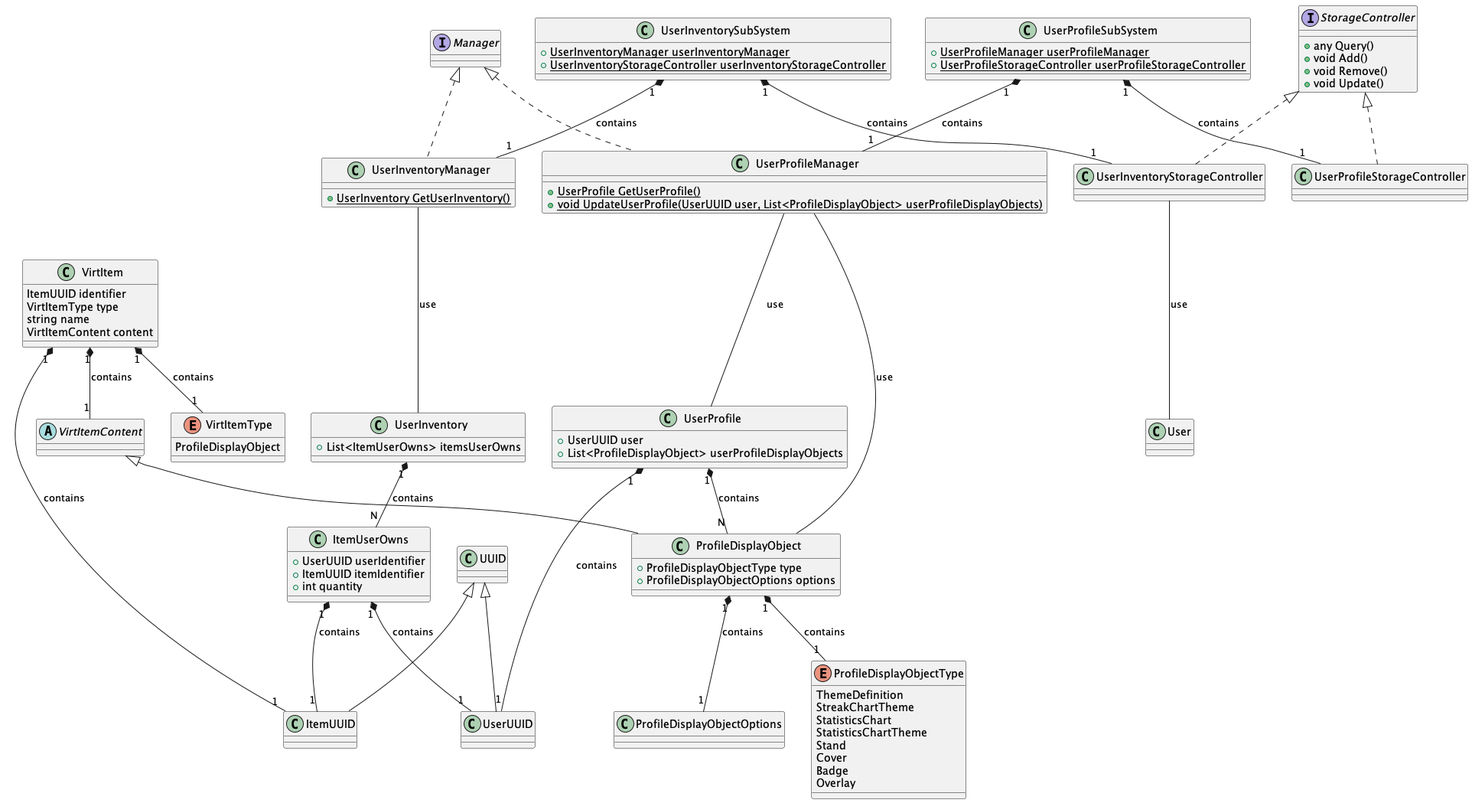
ShapeLayer/se-lecture-task__project-structure-definitions keeps this PlantUML diagram as rendered/UserProfileInventory.png. Above is the earlier version.
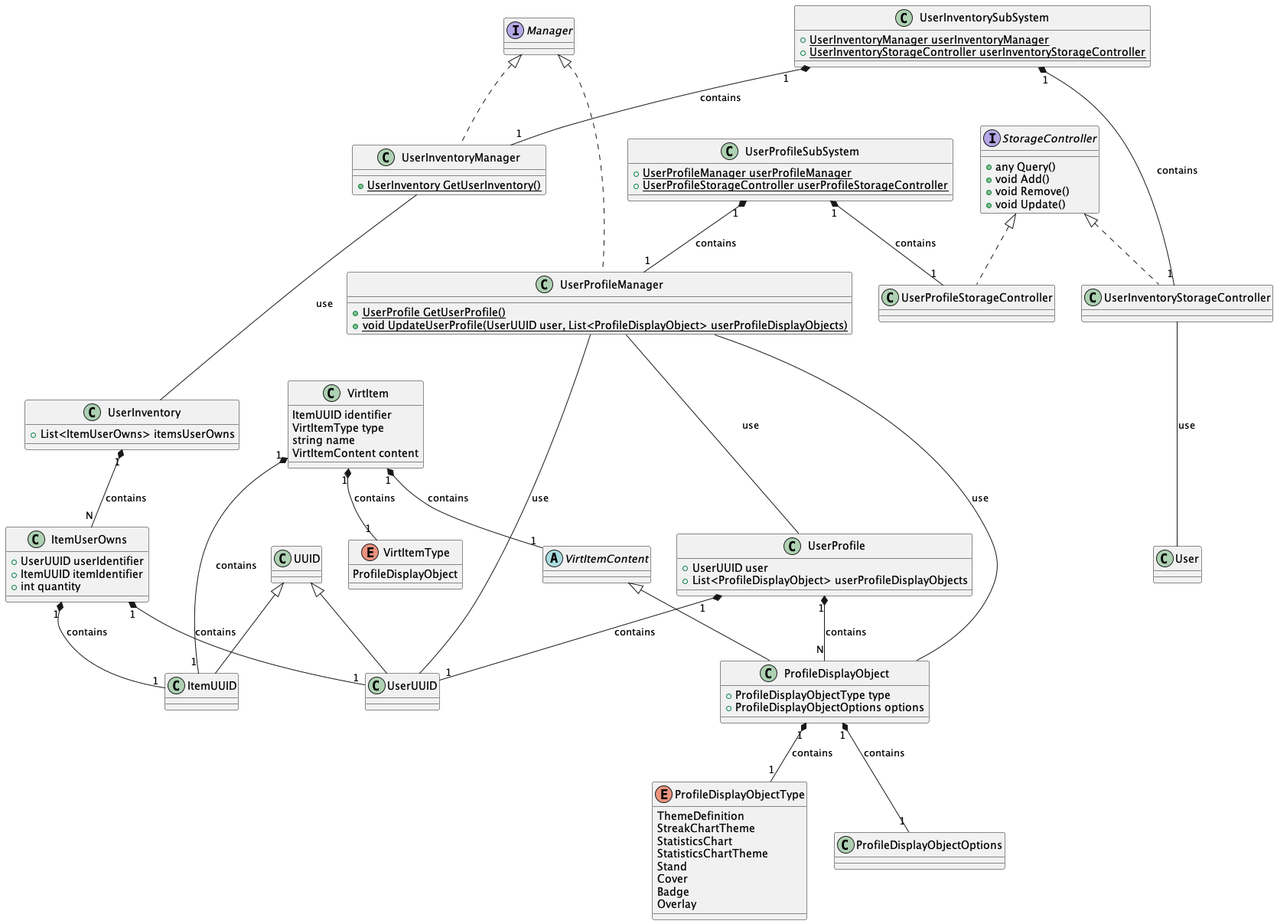
After the change.

Diff of the diagram source:
```diff
@@ -92,7 +92,7 @@
     + {static} UserProfile GetUserProfile()
     + {static} void UpdateUserProfile(UserUUID user, List<ProfileDisplayObject> userProfileDisplayObjects)
 }
-
+UserProfileManager --- UserUUID : use
 UserProfileManager --- UserProfile : use
 UserProfileManager --- ProfileDisplayObject : use
 
```
